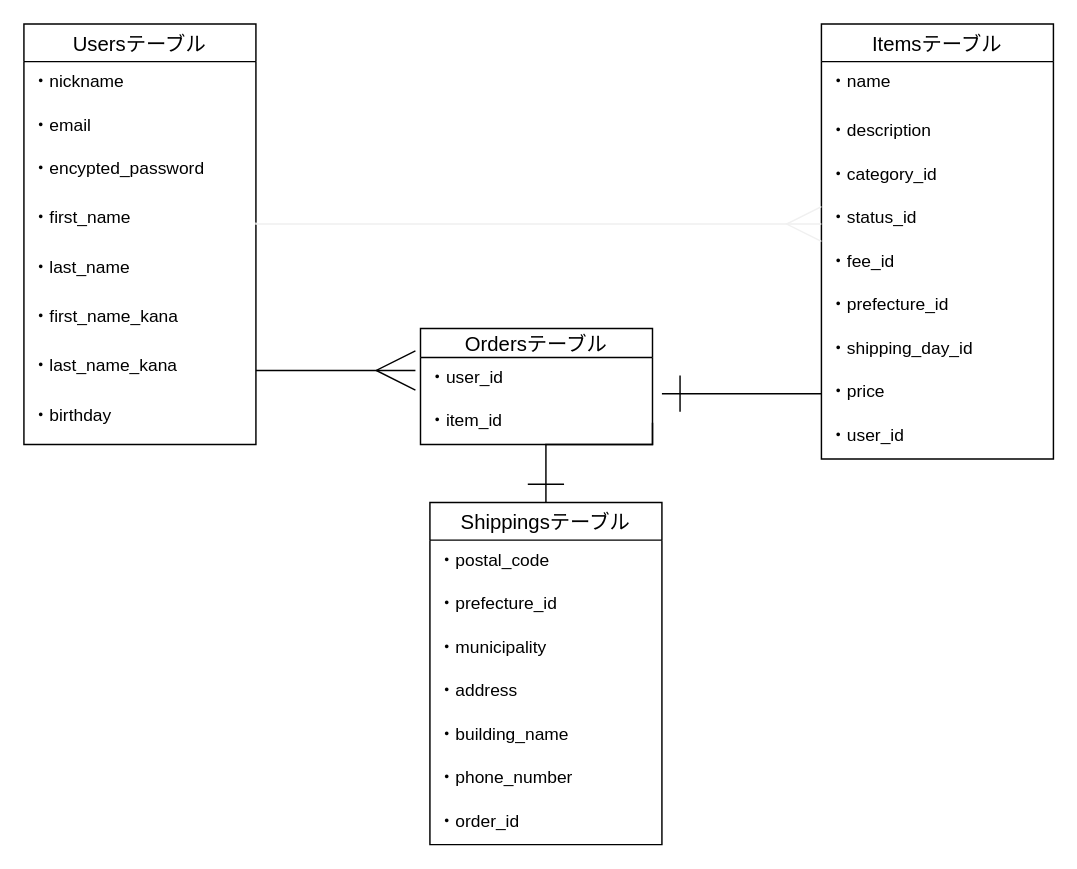
This is furima.dio from hayato-lang/furima-35487, a draw.io file, before an edit. Source tidied: cells renumbered, new cells numbered last; positions are measured from the earlier drawing's top-left corner, leaving out a move shared by most shapes. Both pictures are drawn from the tidied source at 145%, with x=0, y=0 at pixel (23, 23).
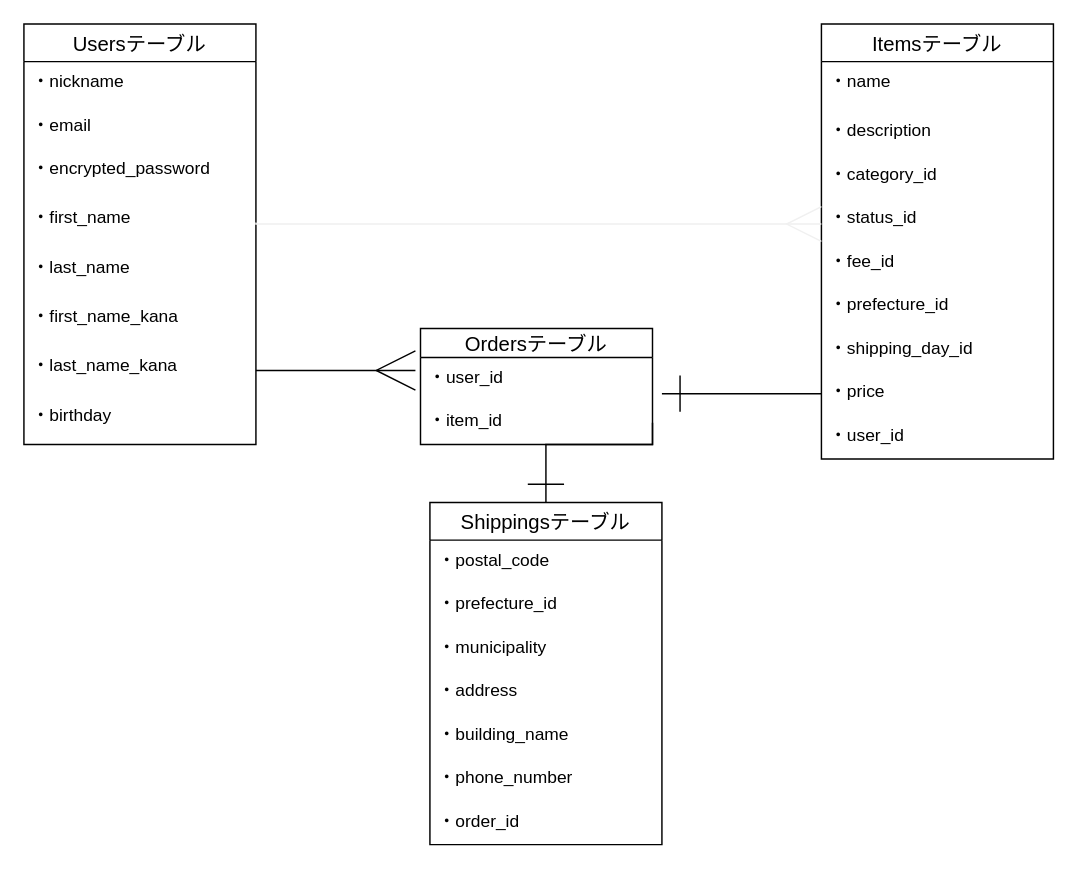
After the change.

Unchanged cells that the change refers to:
```xml
<mxCell id="2" value="Usersテーブル" style="swimlane;fontStyle=0;horizontal=1;startSize=26;align=center;fontSize=14;" parent="1" vertex="1">
  <mxGeometry width="160" height="290" as="geometry" />
</mxCell>
```

What changed in the source:
```diff
@@
-    <mxCell id="5" value="・encypted_password" style="text;strokeColor=none;fillColor=none;spacingLeft=4;spacingRight=4;overflow=hidden;fontSize=12;" parent="2" vertex="1">
+    <mxCell id="5" value="・encrypted_password" style="text;strokeColor=none;fillColor=none;spacingLeft=4;spacingRight=4;overflow=hidden;fontSize=12;" parent="2" vertex="1">
       <mxGeometry y="86" width="160" height="34" as="geometry" />
     </mxCell>
```
